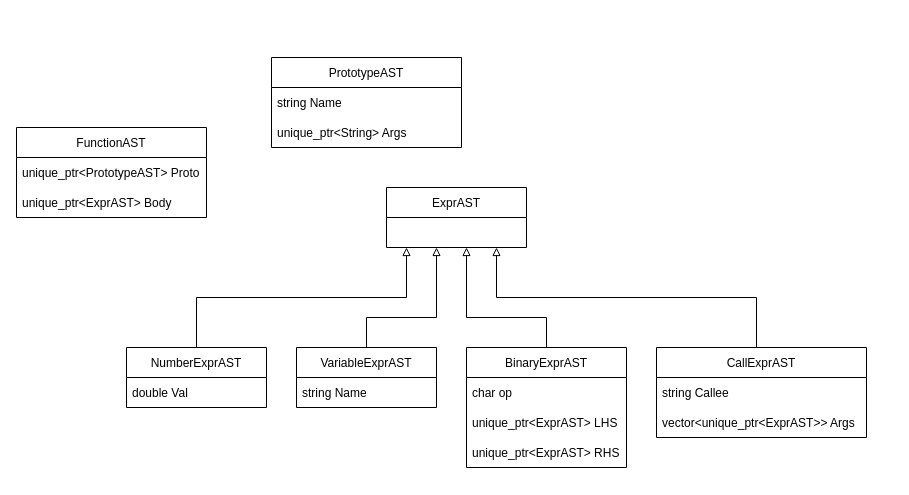
baochuquan/drawio keeps this draw.io diagram as kaleidoscope02.drawio. Above is the earlier version. Source tidied: cells renumbered, new cells numbered last; positions are measured from the earlier drawing's top-left corner, leaving out a move shared by most shapes. Both pictures are drawn from the tidied source at 100%, with x=0, y=0 at pixel (16, 57).
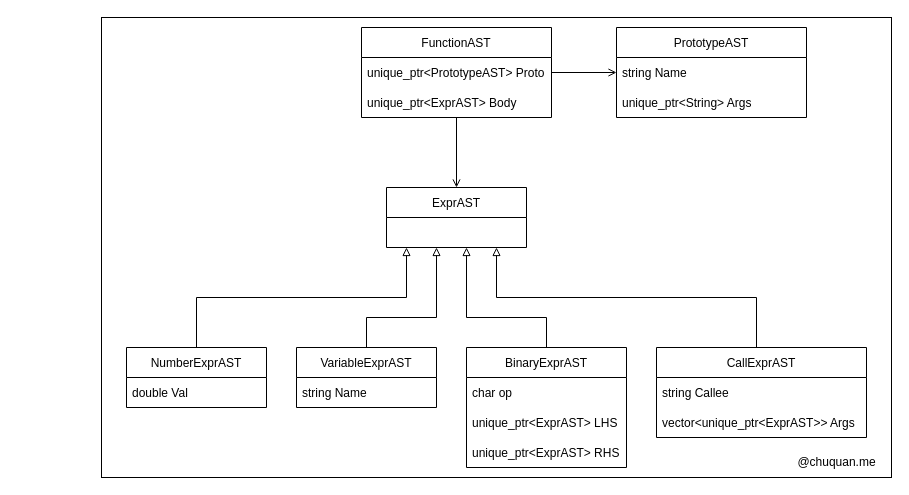
The same diagram, later.

The change refers to these unchanged cells:
```xml
<mxCell id="2" value="ExprAST" style="swimlane;fontStyle=0;horizontal=1;startSize=30;" parent="1" vertex="1">
  <mxGeometry x="370" y="130" width="140" height="60" as="geometry" />
</mxCell>
<mxCell id="19" value="unique_ptr&lt;PrototypeAST&gt; Proto" style="text;strokeColor=none;fillColor=none;align=left;verticalAlign=middle;spacingLeft=4;spacingRight=4;overflow=hidden;points=[[0,0.5],[1,0.5]];portConstraint=eastwest;" parent="18" vertex="1">
  <mxGeometry y="30" width="190" height="30" as="geometry" />
</mxCell>
```

Change to the diagram source:
```diff
@@
+    <mxCell id="24" style="rounded=0;whiteSpace=wrap;html=1;fillColor=none;" parent="1" vertex="1">
+      <mxGeometry x="85" y="-40" width="790" height="460" as="geometry" />
+    </mxCell>
@@
+    <mxCell id="25" style="edgeStyle=orthogonalEdgeStyle;rounded=0;jettySize=auto;html=1;endArrow=open;endFill=0;" parent="1" edge="1" source="18" target="2">
+      <mxGeometry relative="1" as="geometry" />
+    </mxCell>
     <mxCell id="18" value="FunctionAST" style="swimlane;fontStyle=0;horizontal=1;startSize=30;" parent="1" vertex="1">
-      <mxGeometry y="70" width="190" height="90" as="geometry" />
+      <mxGeometry x="345" y="-30" width="190" height="90" as="geometry" />
     </mxCell>
@@
     <mxCell id="21" value="PrototypeAST" style="swimlane;fontStyle=0;horizontal=1;startSize=30;" parent="1" vertex="1">
-      <mxGeometry x="255" width="190" height="90" as="geometry" />
+      <mxGeometry x="600" y="-30" width="190" height="90" as="geometry" />
     </mxCell>
@@
+    <mxCell id="26" style="edgeStyle=orthogonalEdgeStyle;rounded=0;jettySize=auto;html=1;entryX=0;entryY=0.5;entryDx=0;entryDy=0;endArrow=open;endFill=0;" parent="1" edge="1" source="19" target="21">
+      <mxGeometry relative="1" as="geometry" />
+    </mxCell>
+    <mxCell id="27" value="@chuquan.me" style="text;html=1;strokeColor=none;fillColor=none;align=center;verticalAlign=middle;whiteSpace=wrap;rounded=0;" parent="1" vertex="1">
+      <mxGeometry x="766" y="390" width="109" height="30" as="geometry" />
+    </mxCell>
```
